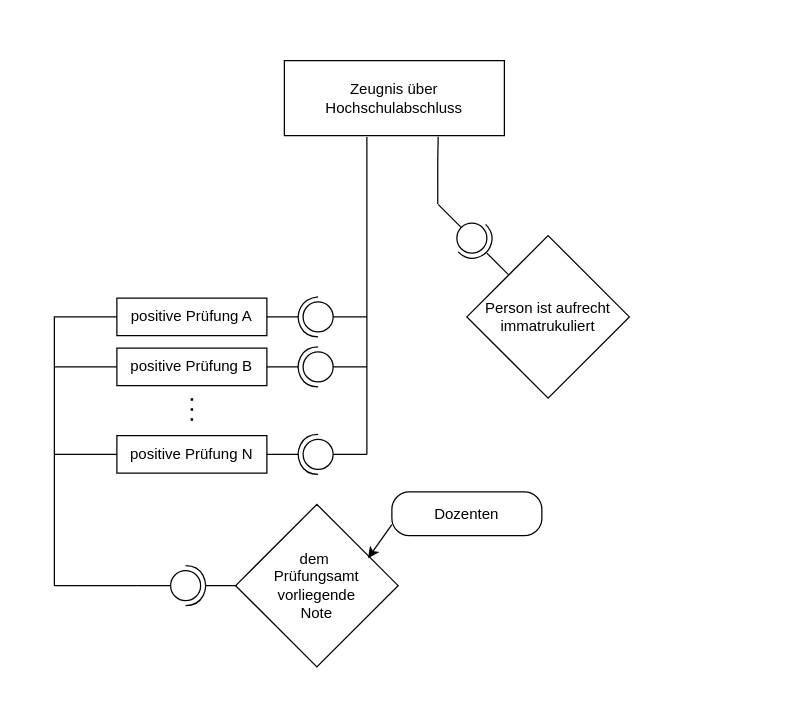
aloispaulin/nmgov keeps this draw.io diagram as HVF - Literatur Proseminar/CBR Hochschulabschluss.drawio. Above is the earlier version. Source tidied: cells renumbered, new cells numbered last; positions are measured from the earlier drawing's top-left corner, leaving out a move shared by most shapes. Both pictures are drawn from the tidied source at 125%, with x=0, y=0 at pixel (54, 60).
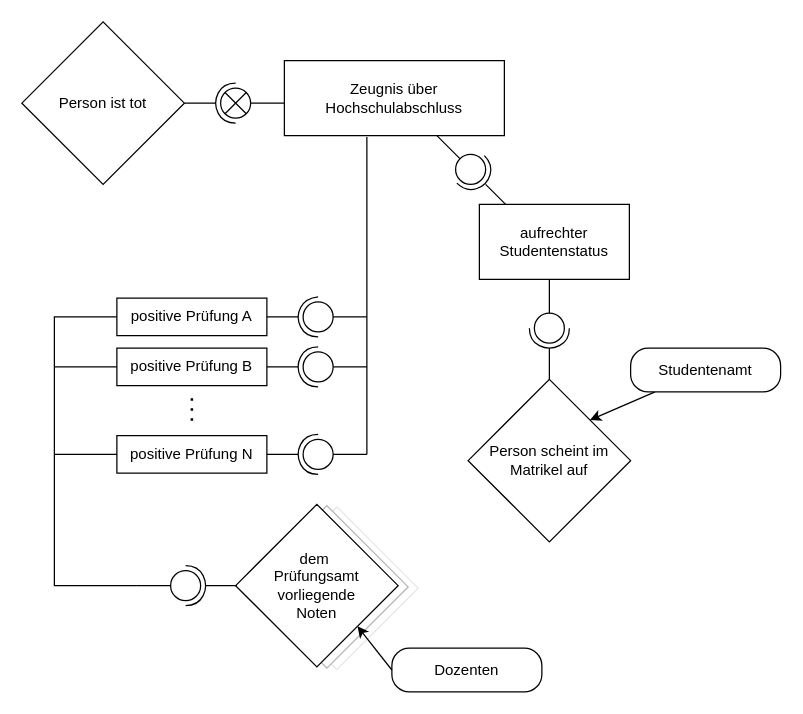
After the change.

The change refers to these unchanged cells:
```xml
<mxCell id="2" value="Zeugnis über Hochschulabschluss" style="rounded=0;whiteSpace=wrap;html=1;" parent="1" vertex="1">
  <mxGeometry x="184" width="176" height="60" as="geometry" />
</mxCell>
```

Change to the diagram source:
```diff
@@
+    <mxCell id="46" style="rhombus;whiteSpace=wrap;html=1;strokeColor=#E6E6E6;" parent="1" vertex="1">
+      <mxGeometry x="161" y="357" width="130" height="130" as="geometry" />
+    </mxCell>
+    <mxCell id="47" style="rhombus;whiteSpace=wrap;html=1;strokeColor=#B3B3B3;" parent="1" vertex="1">
+      <mxGeometry x="153" y="356" width="130" height="130" as="geometry" />
+    </mxCell>
@@
-    <mxCell id="25" value="dem&amp;nbsp;&lt;div&gt;Prüfungsamt vorliegende&lt;div&gt;Note&lt;/div&gt;&lt;/div&gt;" style="rhombus;whiteSpace=wrap;html=1;" parent="1" vertex="1">
+    <mxCell id="25" value="dem&amp;nbsp;&lt;div&gt;Prüfungsamt vorliegende&lt;div&gt;Noten&lt;/div&gt;&lt;/div&gt;" style="rhombus;whiteSpace=wrap;html=1;" parent="1" vertex="1">
       <mxGeometry x="145" y="355" width="130" height="130" as="geometry" />
     </mxCell>
@@
-    <mxCell id="36" value="Person ist aufrecht immatrukuliert" style="rhombus;whiteSpace=wrap;html=1;" parent="1" vertex="1">
-      <mxGeometry x="330" y="140" width="130" height="130" as="geometry" />
+    <mxCell id="36" value="Person scheint im Matrikel auf" style="rhombus;whiteSpace=wrap;html=1;" parent="1" vertex="1">
+      <mxGeometry x="331" y="255" width="130" height="130" as="geometry" />
     </mxCell>
     <mxCell id="37" style="group;rotation=-45;" parent="1" vertex="1">
-      <mxGeometry x="319" y="103" width="32" height="80" as="geometry" />
+      <mxGeometry x="318" y="48" width="32" height="80" as="geometry" />
     </mxCell>
@@
-    <mxCell id="43" style="edgeStyle=orthogonalEdgeStyle;rounded=0;jettySize=auto;html=1;exitX=0.5;exitY=0;exitDx=0;exitDy=0;entryX=0.699;entryY=1.014;entryDx=0;entryDy=0;entryPerimeter=0;endArrow=none;endFill=0;" parent="1" edge="1" source="37" target="2">
-      <mxGeometry relative="1" as="geometry" />
-    </mxCell>
     <mxCell id="44" value="Dozenten" style="rounded=1;whiteSpace=wrap;html=1;arcSize=40;" parent="1" vertex="1">
-      <mxGeometry x="270" y="345" width="120" height="35" as="geometry" />
+      <mxGeometry x="270" y="470" width="120" height="35" as="geometry" />
     </mxCell>
-    <mxCell id="45" style="rounded=0;jettySize=auto;html=1;exitX=0;exitY=0.75;exitDx=0;exitDy=0;entryX=0.815;entryY=0.331;entryDx=0;entryDy=0;entryPerimeter=0;" parent="1" edge="1" source="44" target="25">
+    <mxCell id="45" style="rounded=0;jettySize=auto;html=1;exitX=0;exitY=0.5;exitDx=0;exitDy=0;entryX=1;entryY=1;entryDx=0;entryDy=0;" parent="1" edge="1" source="44" target="25">
       <mxGeometry relative="1" as="geometry" />
     </mxCell>
+    <mxCell id="48" value="aufrechter Studentenstatus" style="rounded=0;whiteSpace=wrap;html=1;" parent="1" vertex="1">
+      <mxGeometry x="340" y="115" width="120" height="60" as="geometry" />
+    </mxCell>
+    <mxCell id="49" style="group;" parent="1" vertex="1">
+      <mxGeometry x="380" y="175" width="32" height="80" as="geometry" />
+    </mxCell>
+    <mxCell id="50" style="endArrow=none;html=1;rounded=0;snapToPoint=0;anchorPointDirection=1;" parent="49" edge="1">
+      <mxGeometry relative="1" as="geometry">
+        <mxPoint x="16" y="80" as="sourcePoint" />
+        <mxPoint x="16" y="55" as="targetPoint" />
+      </mxGeometry>
+    </mxCell>
+    <mxCell id="51" style="group;" parent="49" vertex="1">
+      <mxGeometry y="27" width="32" height="30" as="geometry" />
+    </mxCell>
+    <mxCell id="52" style="ellipse;whiteSpace=wrap;html=1;strokeWidth=1;" parent="51" vertex="1">
+      <mxGeometry x="4" width="24" height="24" as="geometry" />
+    </mxCell>
+    <mxCell id="53" style="endArrow=none;html=1;rounded=0;curved=1;strokeWidth=1;comic=0;anchorPointDirection=1;fixDash=0;orthogonalLoop=0;orthogonal=0;arcSize=20;" parent="51" edge="1">
+      <mxGeometry relative="1" as="geometry">
+        <mxPoint y="12" as="sourcePoint" />
+        <mxPoint x="32" y="12" as="targetPoint" />
+        <Array as="points">
+          <mxPoint y="22" />
+          <mxPoint x="16" y="30" />
+          <mxPoint x="32" y="22" />
+        </Array>
+      </mxGeometry>
+    </mxCell>
+    <mxCell id="54" style="endArrow=none;html=1;rounded=0;entryX=0.5;entryY=0;entryDx=0;entryDy=0;" parent="49" edge="1" target="51">
+      <mxGeometry relative="1" as="geometry">
+        <mxPoint x="16" as="sourcePoint" />
+      </mxGeometry>
+    </mxCell>
+    <mxCell id="55" style="rounded=0;jettySize=auto;html=1;entryX=1;entryY=0;entryDx=0;entryDy=0;" parent="1" edge="1" source="56" target="36">
+      <mxGeometry relative="1" as="geometry" />
+    </mxCell>
+    <mxCell id="56" value="Studentenamt" style="rounded=1;whiteSpace=wrap;html=1;arcSize=40;" parent="1" vertex="1">
+      <mxGeometry x="461" y="230" width="120" height="35" as="geometry" />
+    </mxCell>
+    <mxCell id="57" value="Person ist tot" style="rhombus;whiteSpace=wrap;html=1;" parent="1" vertex="1">
+      <mxGeometry x="-26" y="-31" width="130" height="130" as="geometry" />
+    </mxCell>
+    <mxCell id="58" style="group;rotation=90;" parent="1" vertex="1">
+      <mxGeometry x="128" y="-6" width="32" height="80" as="geometry" />
+    </mxCell>
+    <mxCell id="59" style="endArrow=none;html=1;rounded=0;snapToPoint=0;anchorPointDirection=1;" parent="58" edge="1">
+      <mxGeometry relative="1" as="geometry">
+        <mxPoint x="-24" y="40" as="sourcePoint" />
+        <mxPoint x="1" y="40" as="targetPoint" />
+      </mxGeometry>
+    </mxCell>
+    <mxCell id="60" style="group;rotation=90;" parent="58" vertex="1">
+      <mxGeometry x="-2" y="25" width="32" height="30" as="geometry" />
+    </mxCell>
+    <mxCell id="61" style="ellipse;whiteSpace=wrap;html=1;strokeWidth=1;rotation=90;" parent="60" vertex="1">
+      <mxGeometry x="7" y="3" width="24" height="24" as="geometry" />
+    </mxCell>
+    <mxCell id="62" style="endArrow=none;html=1;rounded=0;curved=1;strokeWidth=1;comic=0;anchorPointDirection=1;fixDash=0;orthogonalLoop=0;orthogonal=0;arcSize=20;" parent="60" edge="1">
+      <mxGeometry relative="1" as="geometry">
+        <mxPoint x="19" y="-1" as="sourcePoint" />
+        <mxPoint x="19" y="31" as="targetPoint" />
+        <Array as="points">
+          <mxPoint x="9" y="-1" />
+          <mxPoint x="1" y="15" />
+          <mxPoint x="9" y="31" />
+        </Array>
+      </mxGeometry>
+    </mxCell>
+    <mxCell id="63" style="endArrow=none;html=1;rounded=0;exitX=0;exitY=1;exitDx=0;exitDy=0;entryX=1;entryY=0;entryDx=0;entryDy=0;strokeWidth=1;elbow=vertical;" parent="60" edge="1" source="61" target="61">
+      <mxGeometry relative="1" as="geometry" />
+    </mxCell>
+    <mxCell id="64" style="endArrow=none;html=1;rounded=0;exitX=0;exitY=0;exitDx=0;exitDy=0;entryX=1;entryY=1;entryDx=0;entryDy=0;strokeWidth=1;" parent="60" edge="1" source="61" target="61">
+      <mxGeometry relative="1" as="geometry" />
+    </mxCell>
+    <mxCell id="65" style="endArrow=none;html=1;rounded=0;entryX=0.5;entryY=0;entryDx=0;entryDy=0;" parent="58" edge="1" target="60">
+      <mxGeometry relative="1" as="geometry">
+        <mxPoint x="56" y="40" as="sourcePoint" />
+      </mxGeometry>
+    </mxCell>
```
